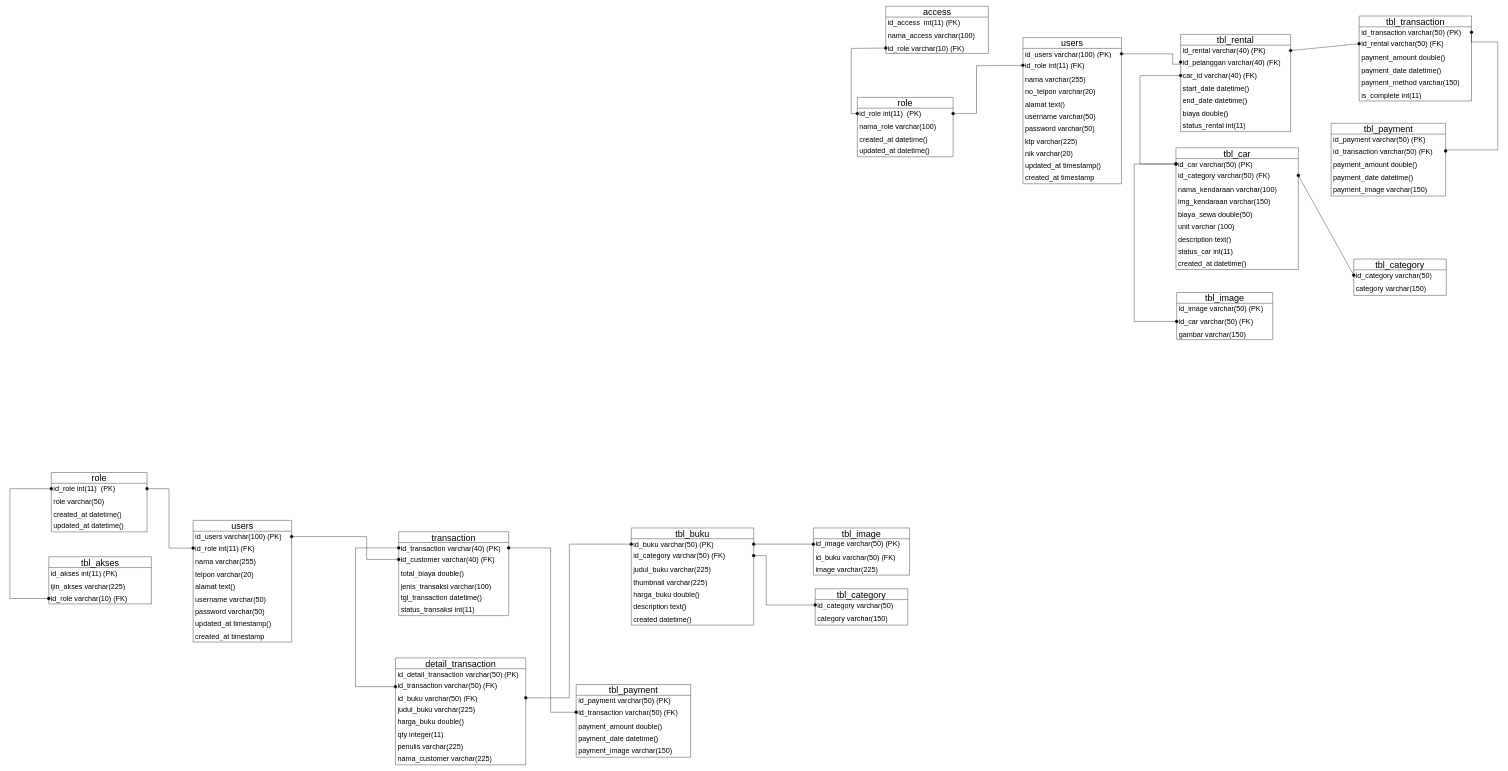
The draw.io diagram Mapping.drawio in Kantrawibawa10/Draw-I-O, before the edit. Source tidied: cells renumbered, new cells numbered last; positions are measured from the earlier drawing's top-left corner, leaving out a move shared by most shapes. Both pictures are drawn from the tidied source at 36%, with x=0, y=0 at pixel (10, 6).
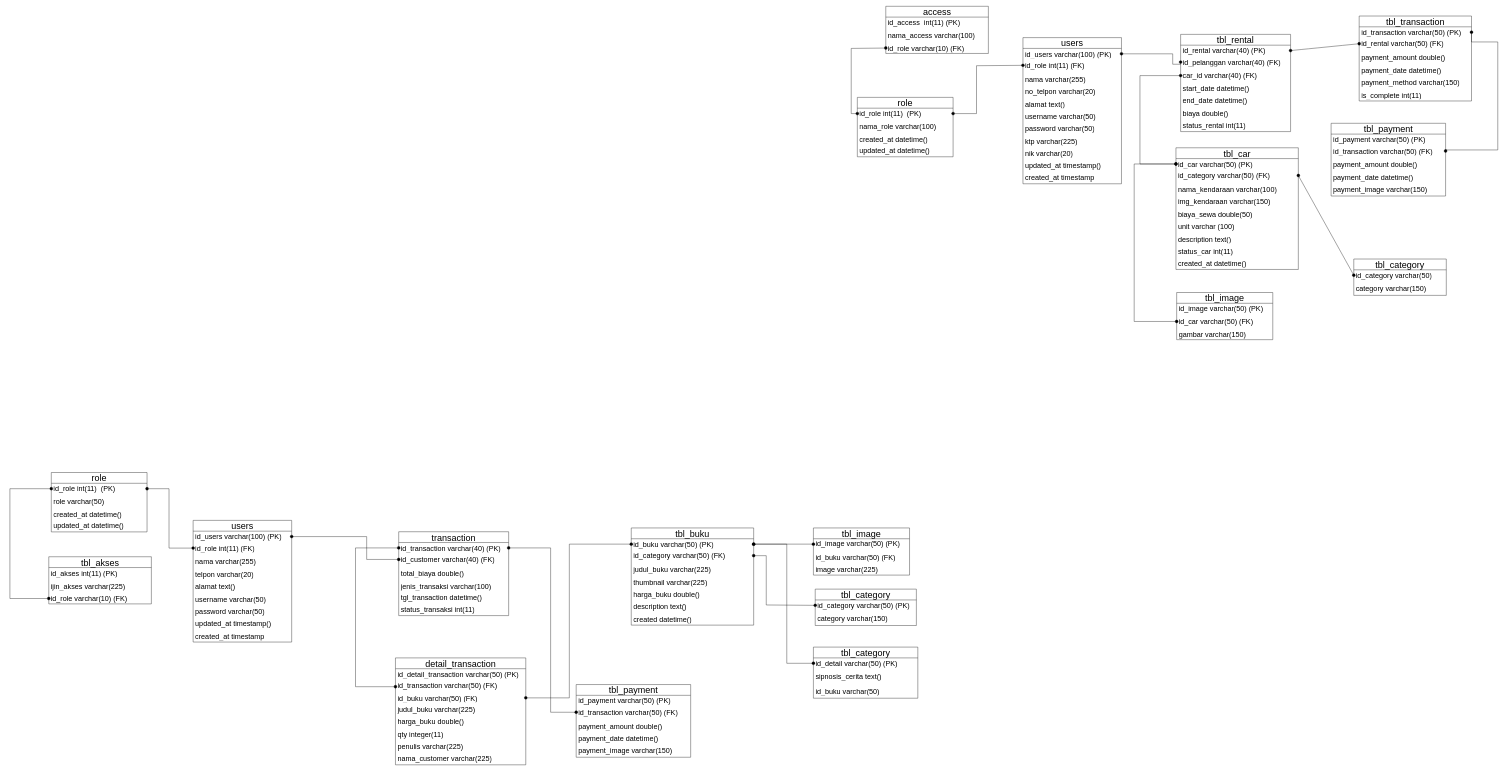
Above is the later version.

Unchanged cells that the change refers to:
```xml
<mxCell id="114" value="&lt;font style=&quot;font-size: 20px;&quot;&gt;&lt;font style=&quot;font-size: 20px;&quot;&gt;id_buku varchar(50) (PK)&lt;/font&gt;&lt;/font&gt;" style="text;strokeColor=none;fillColor=none;align=left;verticalAlign=middle;spacingLeft=4;spacingRight=4;overflow=hidden;points=[[0,0.5],[1,0.5]];portConstraint=eastwest;whiteSpace=wrap;html=1;fontSize=16;" parent="113" vertex="1">
  <mxGeometry y="30" width="340" height="30" as="geometry" />
</mxCell>
```

Diff of the diagram source:
```diff
@@
     <mxCell id="125" value="&lt;font style=&quot;font-size: 25px;&quot;&gt;tbl_category&lt;/font&gt;" style="swimlane;fontStyle=0;horizontal=1;startSize=30;whiteSpace=wrap;html=1;fontSize=16;" parent="1" vertex="1">
-      <mxGeometry x="2237" y="1618" width="257" height="101" as="geometry" />
+      <mxGeometry x="2237" y="1619" width="281" height="101" as="geometry" />
     </mxCell>
-    <mxCell id="126" value="&lt;span style=&quot;font-size: 20px;&quot;&gt;id_category varchar(50)&lt;/span&gt;" style="text;strokeColor=none;fillColor=none;align=left;verticalAlign=middle;spacingLeft=4;spacingRight=4;overflow=hidden;points=[[0,0.5],[1,0.5]];portConstraint=eastwest;whiteSpace=wrap;html=1;fontSize=16;" parent="125" vertex="1">
-      <mxGeometry y="30" width="257" height="30" as="geometry" />
+    <mxCell id="126" value="&lt;span style=&quot;font-size: 20px;&quot;&gt;id_category varchar(50) (PK)&lt;/span&gt;" style="text;strokeColor=none;fillColor=none;align=left;verticalAlign=middle;spacingLeft=4;spacingRight=4;overflow=hidden;points=[[0,0.5],[1,0.5]];portConstraint=eastwest;whiteSpace=wrap;html=1;fontSize=16;" parent="125" vertex="1">
+      <mxGeometry y="30" width="281" height="30" as="geometry" />
     </mxCell>
     <mxCell id="127" value="&lt;font style=&quot;font-size: 20px;&quot;&gt;category varchar(150)&lt;/font&gt;" style="text;strokeColor=none;fillColor=none;align=left;verticalAlign=middle;spacingLeft=4;spacingRight=4;overflow=hidden;whiteSpace=wrap;html=1;fontSize=16;" parent="125" vertex="1">
-      <mxGeometry y="60" width="257" height="41" as="geometry" />
+      <mxGeometry y="60" width="281" height="41" as="geometry" />
     </mxCell>
@@
+    <mxCell id="133" value="&lt;font style=&quot;font-size: 25px;&quot;&gt;tbl_category&lt;/font&gt;" style="swimlane;fontStyle=0;horizontal=1;startSize=30;whiteSpace=wrap;html=1;fontSize=16;" parent="1" vertex="1">
+      <mxGeometry x="2232" y="1780" width="290" height="142" as="geometry" />
+    </mxCell>
+    <mxCell id="134" value="&lt;span style=&quot;font-size: 20px;&quot;&gt;id_detail varchar(50) (PK)&lt;/span&gt;" style="text;strokeColor=none;fillColor=none;align=left;verticalAlign=middle;spacingLeft=4;spacingRight=4;overflow=hidden;points=[[0,0.5],[1,0.5]];portConstraint=eastwest;whiteSpace=wrap;html=1;fontSize=16;" parent="133" vertex="1">
+      <mxGeometry y="30" width="290" height="30" as="geometry" />
+    </mxCell>
+    <mxCell id="135" value="&lt;font style=&quot;font-size: 20px;&quot;&gt;sipnosis_cerita text()&lt;/font&gt;" style="text;strokeColor=none;fillColor=none;align=left;verticalAlign=middle;spacingLeft=4;spacingRight=4;overflow=hidden;whiteSpace=wrap;html=1;fontSize=16;" parent="133" vertex="1">
+      <mxGeometry y="60" width="290" height="41" as="geometry" />
+    </mxCell>
+    <mxCell id="136" value="&lt;font style=&quot;font-size: 20px;&quot;&gt;id_buku varchar(50)&lt;/font&gt;" style="text;strokeColor=none;fillColor=none;align=left;verticalAlign=middle;spacingLeft=4;spacingRight=4;overflow=hidden;whiteSpace=wrap;html=1;fontSize=16;" parent="133" vertex="1">
+      <mxGeometry y="101" width="290" height="41" as="geometry" />
+    </mxCell>
+    <mxCell id="137" style="edgeStyle=segmentEdgeStyle;endArrow=oval;html=1;curved=0;rounded=0;endSize=8;startSize=8;fontSize=12;entryX=0;entryY=0.5;entryDx=0;entryDy=0;exitX=1;exitY=0.5;exitDx=0;exitDy=0;endFill=1;startArrow=oval;startFill=1;" parent="1" edge="1" source="114" target="134">
+      <mxGeometry relative="1" as="geometry">
+        <Array as="points">
+          <mxPoint x="2158" y="1494" />
+          <mxPoint x="2158" y="1825" />
+        </Array>
+      </mxGeometry>
+    </mxCell>
```
